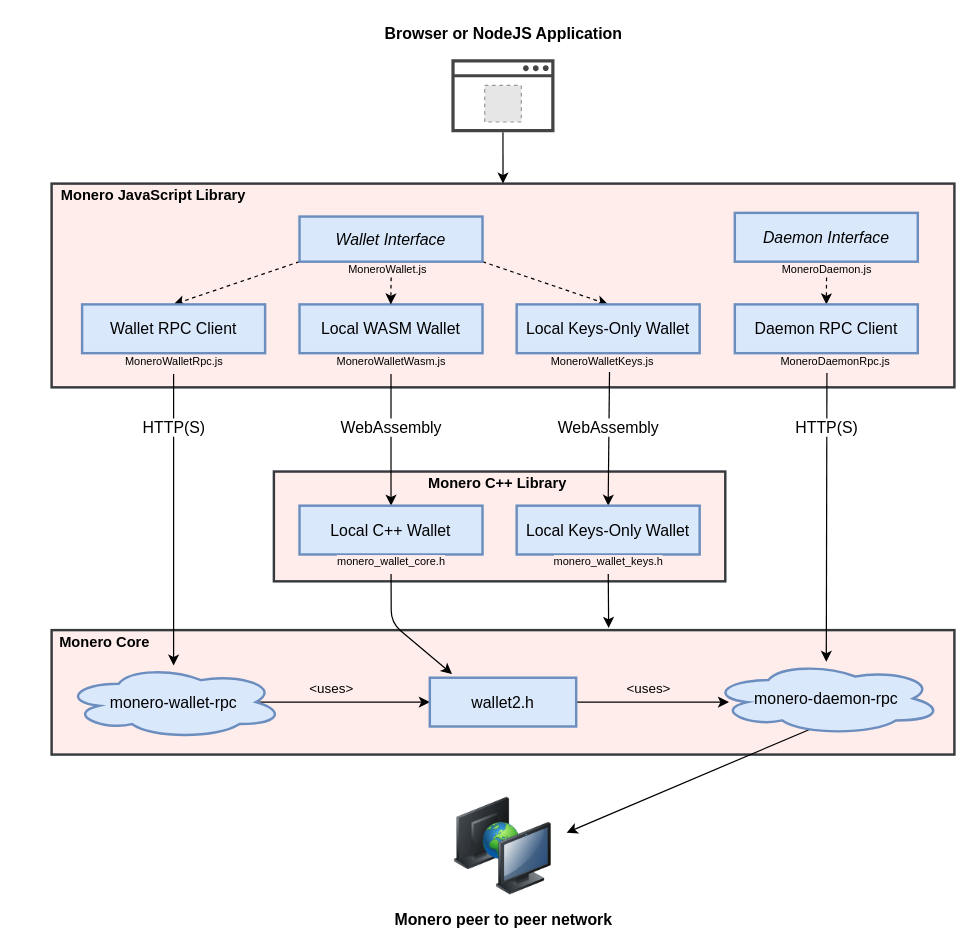
Above: docs/architecture.drawio in woodser/monero-ts (draw.io), before the change. Source tidied: cells renumbered, new cells numbered last; positions are measured from the earlier drawing's top-left corner, leaving out a move shared by most shapes. Both pictures are drawn from the tidied source at 122%, with x=0, y=0 at pixel (21, 21). Pictures stored in the file or linked from it are replaced by grey dashed boxes.
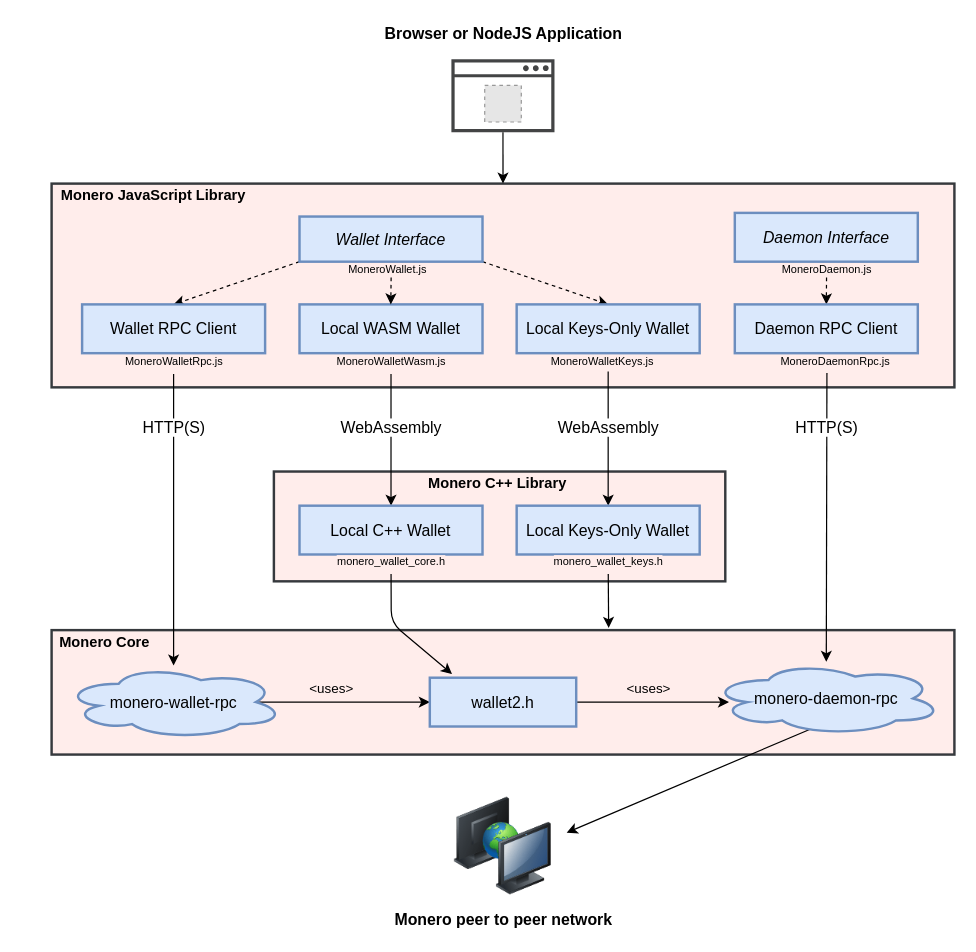
After the change.

Unchanged cells that the change refers to:
```xml
<mxCell id="39" value="MoneroWalletKeys.js" style="text;html=1;align=center;verticalAlign=middle;points=[];fillColor=none;strokeColor=none;rounded=0;labelBackgroundColor=#FFEDEB;fontSize=9;labelBorderColor=none;" parent="1" vertex="1">
  <mxGeometry x="426" y="269" width="100" height="20" as="geometry" />
</mxCell>
<mxCell id="51" value="Local Keys-Only Wallet" style="rounded=0;whiteSpace=wrap;html=1;fillColor=#dae8fc;strokeColor=#6c8ebf;strokeWidth=2;fontSize=13;" parent="48" vertex="1">
  <mxGeometry x="178" width="150" height="40" as="geometry" />
</mxCell>
```

The edit, as a diff of the source:
```diff
@@
-    <mxCell id="35" style="endArrow=classic;html=1;exitX=0.561;exitY=0.922;exitDx=0;exitDy=0;entryX=0.5;entryY=0;entryDx=0;entryDy=0;exitPerimeter=0;" parent="1" edge="1" source="39" target="51">
-      <mxGeometry relative="1" as="geometry" />
+    <mxCell id="35" style="endArrow=classic;html=1;entryX=0.5;entryY=0;entryDx=0;entryDy=0;" parent="1" edge="1" target="51">
+      <mxGeometry relative="1" as="geometry">
+        <mxPoint x="481" y="287" as="sourcePoint" />
+      </mxGeometry>
     </mxCell>
```
